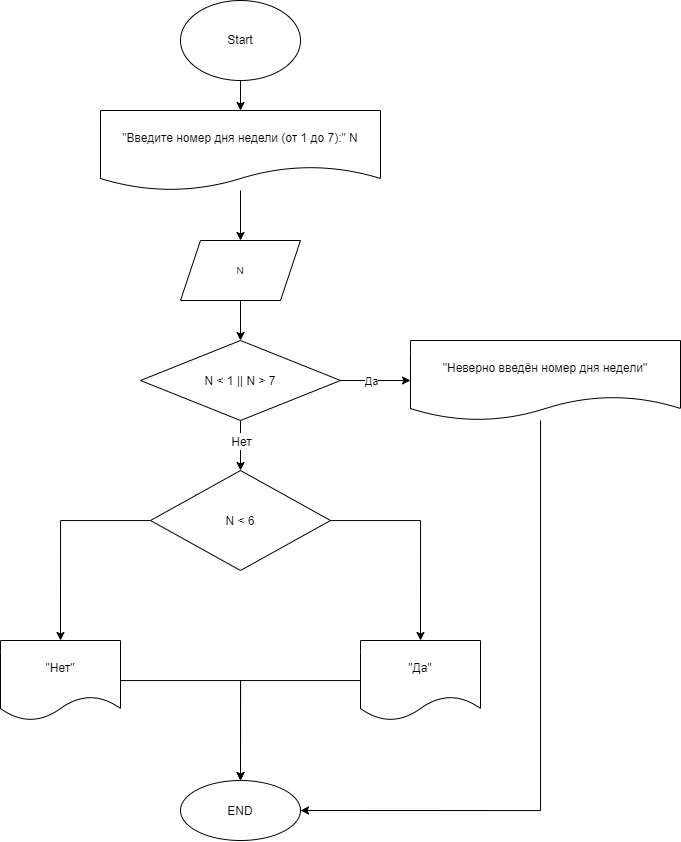
Above: Homework/Homework_02/Ex015/diagram.drawio.png in shenlindao/CSharp (draw.io), before the change. Source tidied: cells renumbered, new cells last; positions are measured from the earlier drawing's top-left corner, leaving out a move shared by most shapes.
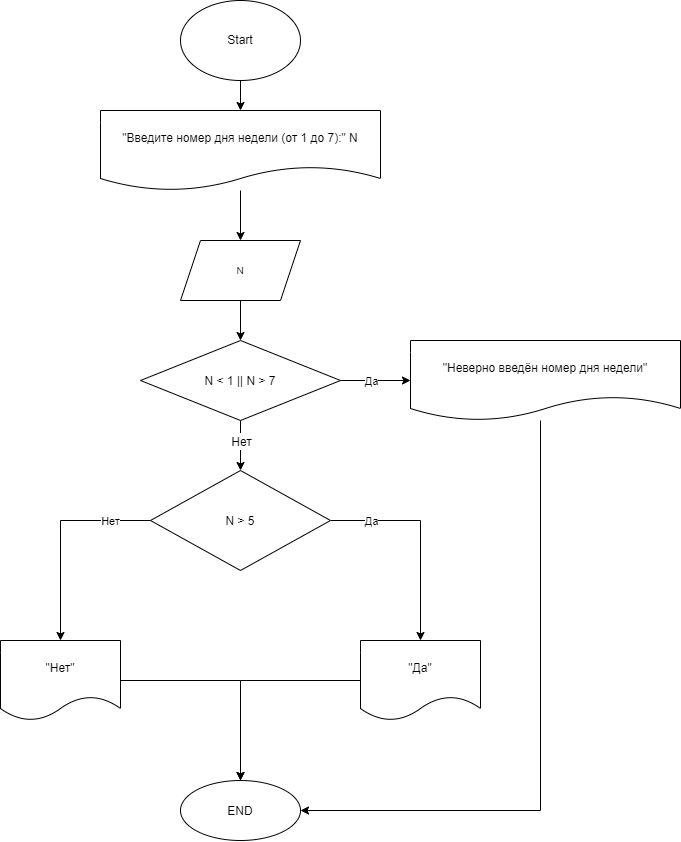
Above is the later version.

Commit message:
Homework_02_Ex015_diagram_fix

Change to the diagram source:
```diff
@@ -58,12 +58,22 @@
         <mxPoint x="60" y="640" as="targetPoint" />
       </mxGeometry>
     </mxCell>
+    <mxCell id="23" value="Нет" style="edgeLabel;html=1;align=center;verticalAlign=middle;" parent="16" vertex="1">
+      <mxGeometry x="-0.39" y="-2" relative="1" as="geometry">
+        <mxPoint x="24" y="2" as="offset" />
+      </mxGeometry>
+    </mxCell>
     <mxCell id="17" style="edgeStyle=orthogonalEdgeStyle;html=1;fontSize=12;rounded=0;" parent="1" edge="1" source="18">
       <mxGeometry relative="1" as="geometry">
         <mxPoint x="420" y="640" as="targetPoint" />
       </mxGeometry>
     </mxCell>
+    <mxCell id="24" value="Да" style="edgeLabel;html=1;align=center;verticalAlign=middle;" parent="17" vertex="1">
+      <mxGeometry x="-0.47" y="1" relative="1" as="geometry">
+        <mxPoint x="-15" y="1" as="offset" />
+      </mxGeometry>
+    </mxCell>
-    <mxCell id="18" value="&lt;span style=&quot;font-size: 12px;&quot;&gt;N &amp;lt; 6&lt;/span&gt;" style="rhombus;whiteSpace=wrap;html=1;fontSize=14;" parent="1" vertex="1">
+    <mxCell id="18" value="&lt;span style=&quot;font-size: 12px;&quot;&gt;N &amp;gt; 5&lt;/span&gt;" style="rhombus;whiteSpace=wrap;html=1;fontSize=14;" parent="1" vertex="1">
       <mxGeometry x="150" y="470" width="180" height="100" as="geometry" />
     </mxCell>
     <mxCell id="19" style="edgeStyle=orthogonalEdgeStyle;rounded=0;html=1;fontSize=12;" parent="1" edge="1" source="20">
```
